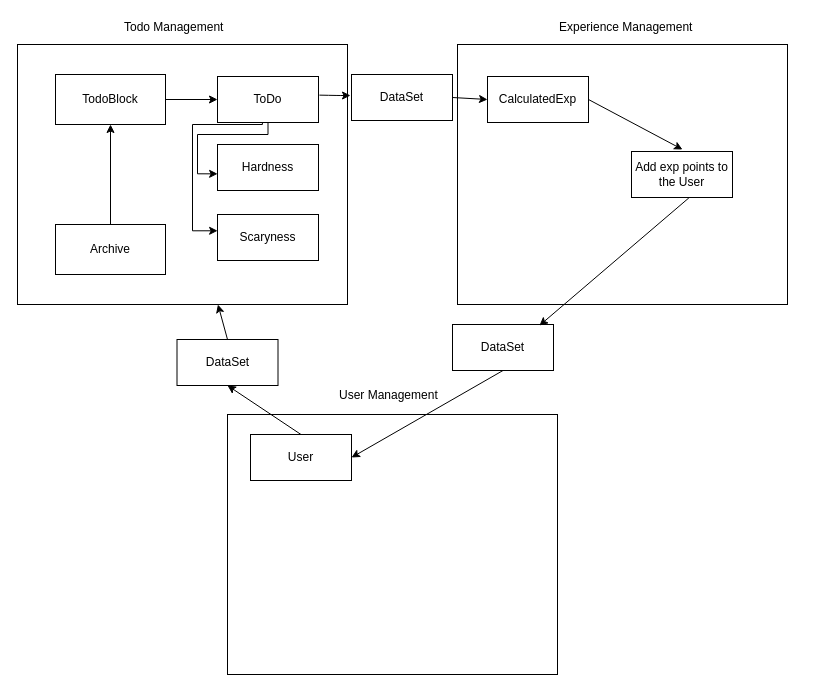
Earlier version of the draw.io diagram 3projects.drawio (FedosovMax/knight-todo). Source tidied: cells renumbered, new cells numbered last; positions are measured from the earlier drawing's top-left corner, leaving out a move shared by most shapes. Both pictures are drawn from the tidied source at 100%, with x=0, y=0 at pixel (17, 17).
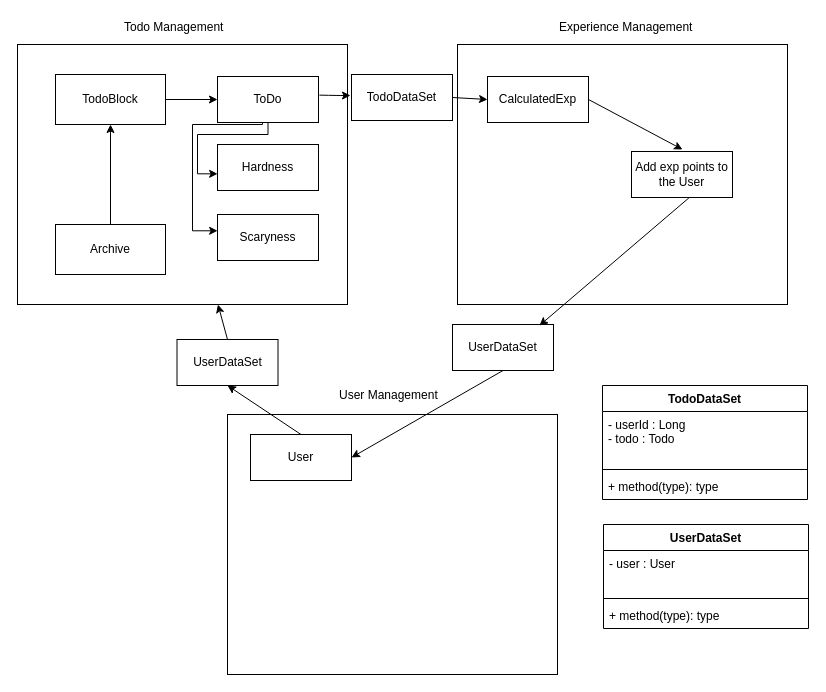
The same page after the edit.

The edit, as a diff of the source:
```diff
@@
-    <mxCell id="14" value="DataSet" style="rounded=0;whiteSpace=wrap;html=1;fillColor=none;" parent="1" vertex="1">
+    <mxCell id="14" value="TodoDataSet" style="rounded=0;whiteSpace=wrap;html=1;fillColor=none;" parent="1" vertex="1">
       <mxGeometry x="334" y="57" width="101" height="46" as="geometry" />
     </mxCell>
@@
-    <mxCell id="26" value="DataSet" style="rounded=0;whiteSpace=wrap;html=1;fillColor=none;" parent="1" vertex="1">
+    <mxCell id="26" value="UserDataSet" style="rounded=0;whiteSpace=wrap;html=1;fillColor=none;" parent="1" vertex="1">
       <mxGeometry x="159.5" y="322" width="101" height="46" as="geometry" />
     </mxCell>
-    <mxCell id="27" value="DataSet" style="rounded=0;whiteSpace=wrap;html=1;fillColor=none;" parent="1" vertex="1">
+    <mxCell id="27" value="UserDataSet" style="rounded=0;whiteSpace=wrap;html=1;fillColor=none;" parent="1" vertex="1">
       <mxGeometry x="435" y="307" width="101" height="46" as="geometry" />
     </mxCell>
@@
+    <mxCell id="30" value="TodoDataSet" style="swimlane;fontStyle=1;align=center;verticalAlign=top;horizontal=1;startSize=26;" parent="1" vertex="1">
+      <mxGeometry x="585" y="368" width="205" height="114" as="geometry" />
+    </mxCell>
+    <mxCell id="31" value="- userId : Long&#10;- todo : Todo" style="text;strokeColor=none;fillColor=none;align=left;verticalAlign=top;spacingLeft=4;spacingRight=4;overflow=hidden;" parent="30" vertex="1">
+      <mxGeometry y="26" width="205" height="54" as="geometry" />
+    </mxCell>
+    <mxCell id="32" style="line;strokeWidth=1;fillColor=none;align=left;verticalAlign=middle;spacingTop=-1;spacingLeft=3;spacingRight=3;labelPosition=right;" parent="30" vertex="1">
+      <mxGeometry y="80" width="205" height="8" as="geometry" />
+    </mxCell>
+    <mxCell id="33" value="+ method(type): type" style="text;strokeColor=none;fillColor=none;align=left;verticalAlign=top;spacingLeft=4;spacingRight=4;overflow=hidden;" parent="30" vertex="1">
+      <mxGeometry y="88" width="205" height="26" as="geometry" />
+    </mxCell>
+    <mxCell id="34" value="UserDataSet" style="swimlane;fontStyle=1;align=center;verticalAlign=top;horizontal=1;startSize=26;" parent="1" vertex="1">
+      <mxGeometry x="586" y="507" width="205" height="104" as="geometry" />
+    </mxCell>
+    <mxCell id="35" value="- user : User" style="text;strokeColor=none;fillColor=none;align=left;verticalAlign=top;spacingLeft=4;spacingRight=4;overflow=hidden;" parent="34" vertex="1">
+      <mxGeometry y="26" width="205" height="44" as="geometry" />
+    </mxCell>
+    <mxCell id="36" style="line;strokeWidth=1;fillColor=none;align=left;verticalAlign=middle;spacingTop=-1;spacingLeft=3;spacingRight=3;labelPosition=right;" parent="34" vertex="1">
+      <mxGeometry y="70" width="205" height="8" as="geometry" />
+    </mxCell>
+    <mxCell id="37" value="+ method(type): type" style="text;strokeColor=none;fillColor=none;align=left;verticalAlign=top;spacingLeft=4;spacingRight=4;overflow=hidden;" parent="34" vertex="1">
+      <mxGeometry y="78" width="205" height="26" as="geometry" />
+    </mxCell>
```
